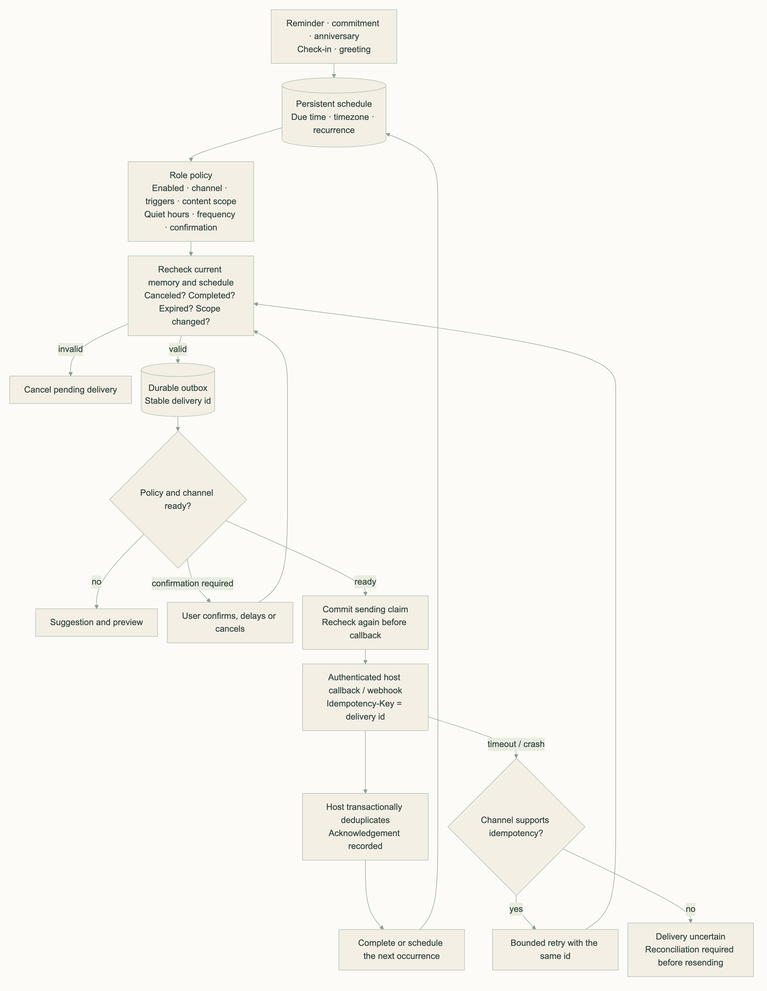
Before: docs/diagrams/proactive-contact.png, a diagram exported from Mermaid (mycyg/memory-palace). Its source is kept beside it as docs/diagrams/proactive-contact.mmd. The source it was exported from:
```mermaid
flowchart TD
    A["Reminder · commitment · anniversary\nCheck-in · greeting"] --> S[("Persistent schedule\nDue time · timezone · recurrence")]
    S --> P["Role policy\nEnabled · channel · triggers · content scope\nQuiet hours · frequency · confirmation"]
    P --> V["Recheck current memory and schedule\nCanceled? Completed? Expired? Scope changed?"]
    V -- "invalid" --> C["Cancel pending delivery"]
    V -- "valid" --> O[("Durable outbox\nStable delivery id")]
    O --> M{"Policy and channel ready?"}
    M -- "no" --> G["Suggestion and preview"]
    M -- "confirmation required" --> U["User confirms, delays or cancels"]
    U --> V
    M -- "ready" --> CL["Commit sending claim\nRecheck again before callback"]
    CL --> SEND["Authenticated host callback / webhook\nIdempotency-Key = delivery id"]
    SEND --> ACK["Host transactionally deduplicates\nAcknowledgement recorded"]
    SEND -- "timeout / crash" --> I{"Channel supports idempotency?"}
    I -- "yes" --> RETRY["Bounded retry with the same id"]
    RETRY --> V
    I -- "no" --> UNKNOWN["Delivery uncertain\nReconciliation required before resending"]
    ACK --> NEXT["Complete or schedule the next occurrence"]
    NEXT --> S
```
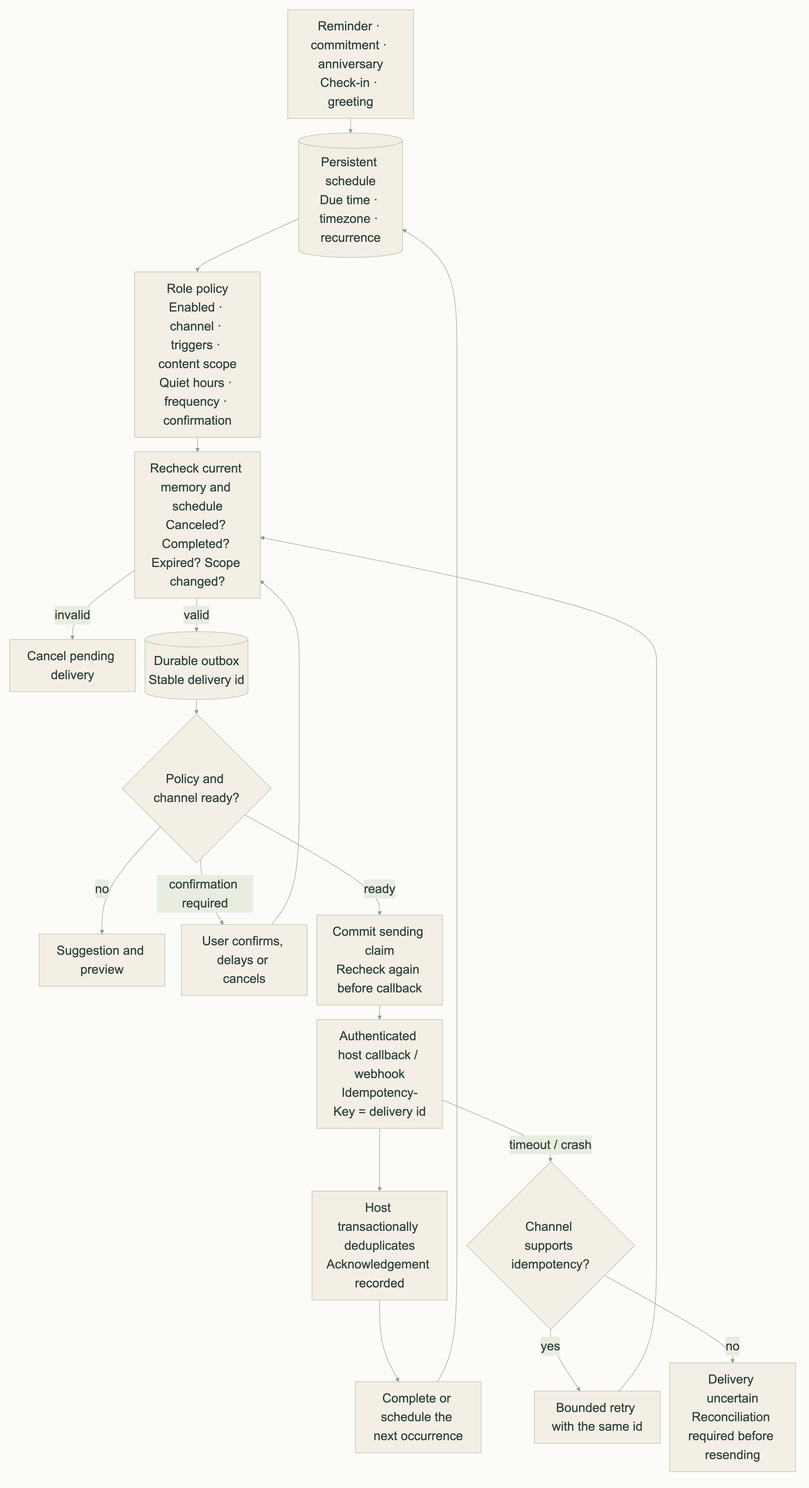
After the change.

Change to the diagram source:
```diff
@@ -1,3 +1,8 @@
+---
+config:
+  themeVariables:
+    fontSize: 26px
+---
 flowchart TD
     A["Reminder · commitment · anniversary\nCheck-in · greeting"] --> S[("Persistent schedule\nDue time · timezone · recurrence")]
     S --> P["Role policy\nEnabled · channel · triggers · content scope\nQuiet hours · frequency · confirmation"]
```
